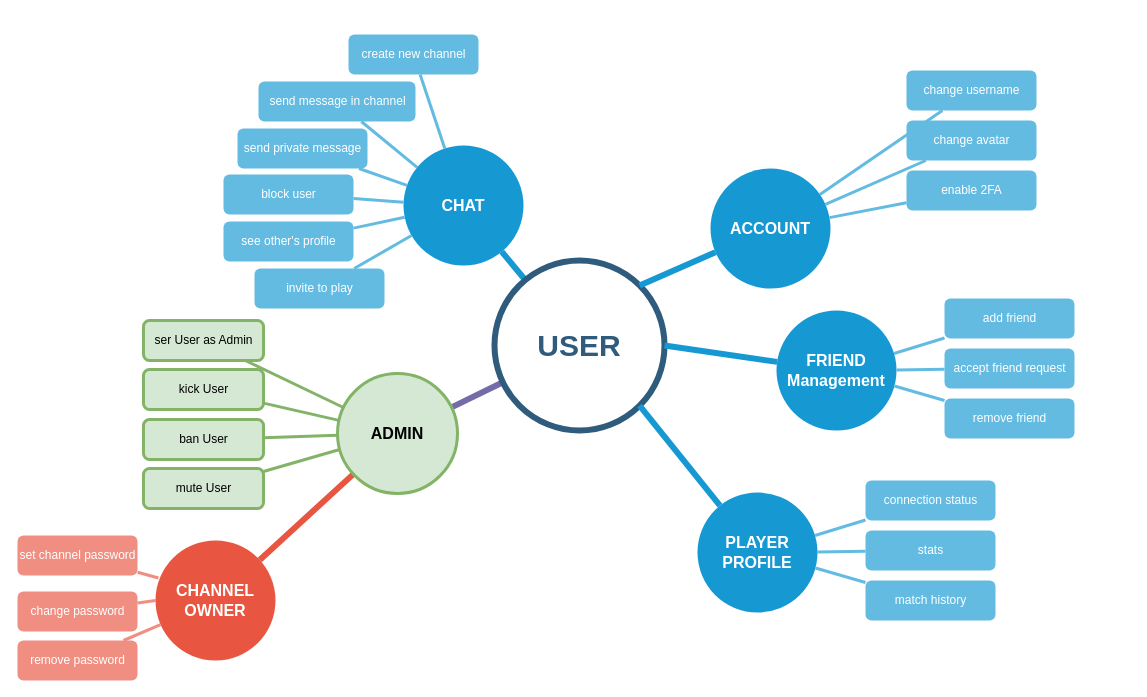
Earlier version of the draw.io diagram Untitled Diagram.drawio (adcarnec/Pong). Source tidied: cells renumbered, new cells numbered last; positions are measured from the earlier drawing's top-left corner, leaving out a move shared by most shapes. Both pictures are drawn from the tidied source at 100%, with x=0, y=0 at pixel (17, 34).
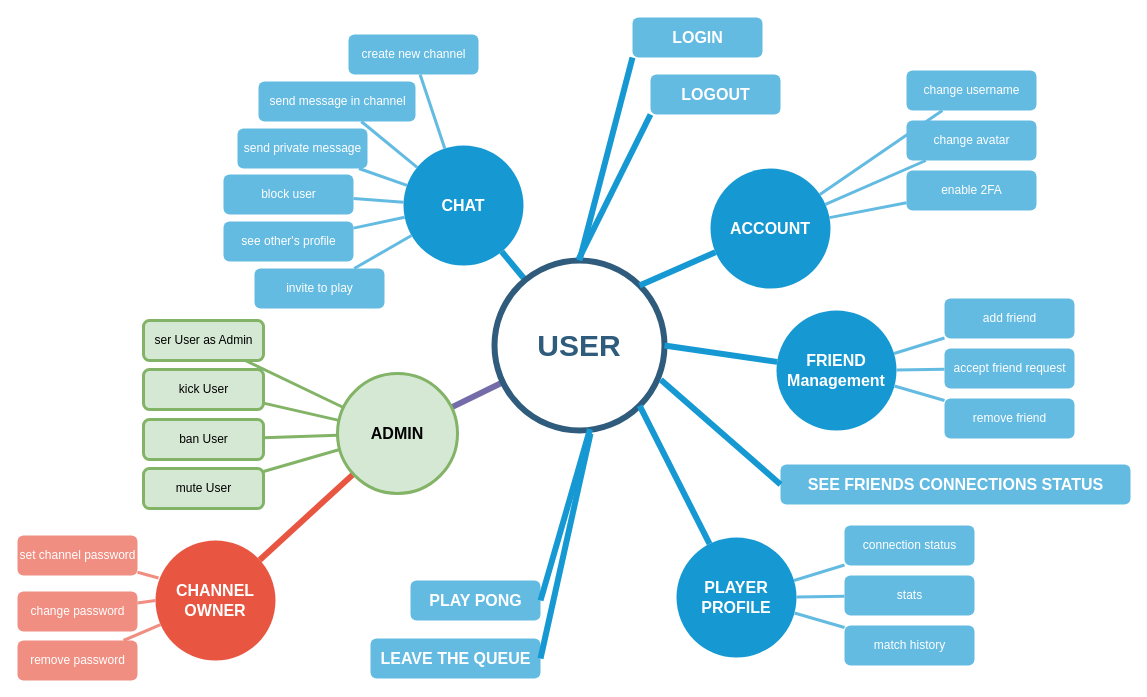
The same diagram, later.

The change refers to these unchanged cells:
```xml
<mxCell id="25" value="USER" style="ellipse;whiteSpace=wrap;html=1;shadow=0;fontFamily=Helvetica;fontSize=30;fontColor=#2F5B7C;align=center;strokeColor=#2F5B7C;strokeWidth=6;fillColor=#FFFFFF;fontStyle=1;gradientColor=none;" parent="1" vertex="1">
  <mxGeometry x="477" y="226" width="170" height="170" as="geometry" />
</mxCell>
```

Change to the diagram source:
```diff
@@
     <mxCell id="55" value="PLAYER PROFILE" style="ellipse;whiteSpace=wrap;html=1;shadow=0;fontFamily=Helvetica;fontSize=16;fontColor=#FFFFFF;align=center;strokeWidth=3;fillColor=#1699D3;strokeColor=none;fontStyle=1;" parent="1" vertex="1">
-      <mxGeometry x="680" y="458" width="120" height="120" as="geometry" />
+      <mxGeometry x="659" y="503" width="120" height="120" as="geometry" />
     </mxCell>
@@
     <mxCell id="57" value="match history" style="rounded=1;fillColor=#64BBE2;strokeColor=none;strokeWidth=3;shadow=0;html=1;fontColor=#FFFFFF;" parent="1" vertex="1">
-      <mxGeometry x="848" y="546" width="130" height="40" as="geometry" />
+      <mxGeometry x="827" y="591" width="130" height="40" as="geometry" />
     </mxCell>
     <mxCell id="58" value="stats" style="rounded=1;fillColor=#64BBE2;strokeColor=none;strokeWidth=3;shadow=0;html=1;fontColor=#FFFFFF;" parent="1" vertex="1">
-      <mxGeometry x="848" y="496" width="130" height="40" as="geometry" />
+      <mxGeometry x="827" y="541" width="130" height="40" as="geometry" />
     </mxCell>
     <mxCell id="59" value="connection status" style="rounded=1;fillColor=#64BBE2;strokeColor=none;strokeWidth=3;shadow=0;html=1;fontColor=#FFFFFF;" parent="1" vertex="1">
-      <mxGeometry x="848" y="446" width="130" height="40" as="geometry" />
+      <mxGeometry x="827" y="491" width="130" height="40" as="geometry" />
     </mxCell>
@@
     <mxCell id="63" style="edgeStyle=orthogonalEdgeStyle;rounded=0;orthogonalLoop=1;jettySize=auto;html=1;exitX=0.5;exitY=1;exitDx=0;exitDy=0;" parent="1" edge="1">
       <mxGeometry relative="1" as="geometry">
-        <mxPoint x="944.5" y="461" as="sourcePoint" />
-        <mxPoint x="944.5" y="461" as="targetPoint" />
+        <mxPoint x="923.5" y="506" as="sourcePoint" />
+        <mxPoint x="923.5" y="506" as="targetPoint" />
       </mxGeometry>
     </mxCell>
+    <mxCell id="64" value="LOGIN" style="rounded=1;fillColor=#64BBE2;strokeColor=none;strokeWidth=3;shadow=0;html=1;fontColor=#FFFFFF;fontStyle=1;fontSize=16;" parent="1" vertex="1">
+      <mxGeometry x="615" y="-17" width="130" height="40" as="geometry" />
+    </mxCell>
+    <mxCell id="65" style="endArrow=none;strokeWidth=6;strokeColor=#1699D3;html=1;exitX=0.5;exitY=0;exitDx=0;exitDy=0;entryX=0;entryY=1;entryDx=0;entryDy=0;" parent="1" edge="1" source="25" target="64">
+      <mxGeometry relative="1" as="geometry" />
+    </mxCell>
+    <mxCell id="66" value="LOGOUT" style="rounded=1;fillColor=#64BBE2;strokeColor=none;strokeWidth=3;shadow=0;html=1;fontColor=#FFFFFF;fontStyle=1;fontSize=16;" parent="1" vertex="1">
+      <mxGeometry x="633" y="40" width="130" height="40" as="geometry" />
+    </mxCell>
+    <mxCell id="67" style="endArrow=none;strokeWidth=6;strokeColor=#1699D3;html=1;entryX=0;entryY=1;entryDx=0;entryDy=0;" parent="1" edge="1" target="66">
+      <mxGeometry relative="1" as="geometry">
+        <mxPoint x="561" y="225" as="sourcePoint" />
+      </mxGeometry>
+    </mxCell>
+    <mxCell id="68" value="PLAY PONG" style="rounded=1;fillColor=#64BBE2;strokeColor=none;strokeWidth=3;shadow=0;html=1;fontColor=#FFFFFF;fontStyle=1;fontSize=16;" parent="1" vertex="1">
+      <mxGeometry x="393" y="546" width="130" height="40" as="geometry" />
+    </mxCell>
+    <mxCell id="69" style="endArrow=none;strokeWidth=6;strokeColor=#1699D3;html=1;exitX=1;exitY=0.5;exitDx=0;exitDy=0;entryX=0.562;entryY=0.992;entryDx=0;entryDy=0;entryPerimeter=0;" parent="1" edge="1" source="68" target="25">
+      <mxGeometry relative="1" as="geometry" />
+    </mxCell>
+    <mxCell id="70" value="LEAVE THE QUEUE" style="rounded=1;fillColor=#64BBE2;strokeColor=none;strokeWidth=3;shadow=0;html=1;fontColor=#FFFFFF;fontStyle=1;fontSize=16;" parent="1" vertex="1">
+      <mxGeometry x="353" y="604" width="170" height="40" as="geometry" />
+    </mxCell>
+    <mxCell id="71" style="endArrow=none;strokeWidth=6;strokeColor=#1699D3;html=1;exitX=1;exitY=0.5;exitDx=0;exitDy=0;" parent="1" edge="1" source="70">
+      <mxGeometry relative="1" as="geometry">
+        <mxPoint x="573" y="399" as="targetPoint" />
+      </mxGeometry>
+    </mxCell>
+    <mxCell id="72" value="SEE FRIENDS CONNECTIONS STATUS" style="rounded=1;fillColor=#64BBE2;strokeColor=none;strokeWidth=3;shadow=0;html=1;fontColor=#FFFFFF;fontStyle=1;fontSize=16;" parent="1" vertex="1">
+      <mxGeometry x="763" y="430" width="350" height="40" as="geometry" />
+    </mxCell>
+    <mxCell id="73" style="endArrow=none;strokeWidth=6;strokeColor=#1699D3;html=1;exitX=0.978;exitY=0.701;exitDx=0;exitDy=0;exitPerimeter=0;entryX=0;entryY=0.5;entryDx=0;entryDy=0;" parent="1" edge="1" source="25" target="72">
+      <mxGeometry relative="1" as="geometry" />
+    </mxCell>
```
